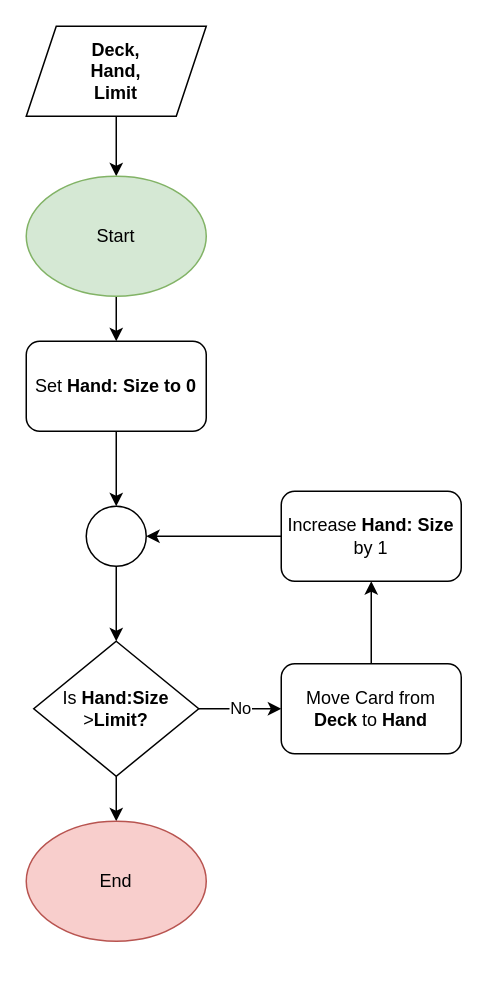
The draw.io diagram images/Card Dealing Subprocess.drawio in FlipFlopsy/FlopsTEPrework, before the edit. Source tidied: cells renumbered, new cells numbered last; positions are measured from the earlier drawing's top-left corner, leaving out a move shared by most shapes. Both pictures are drawn from the tidied source at 150%, with x=0, y=0 at pixel (26, 26).
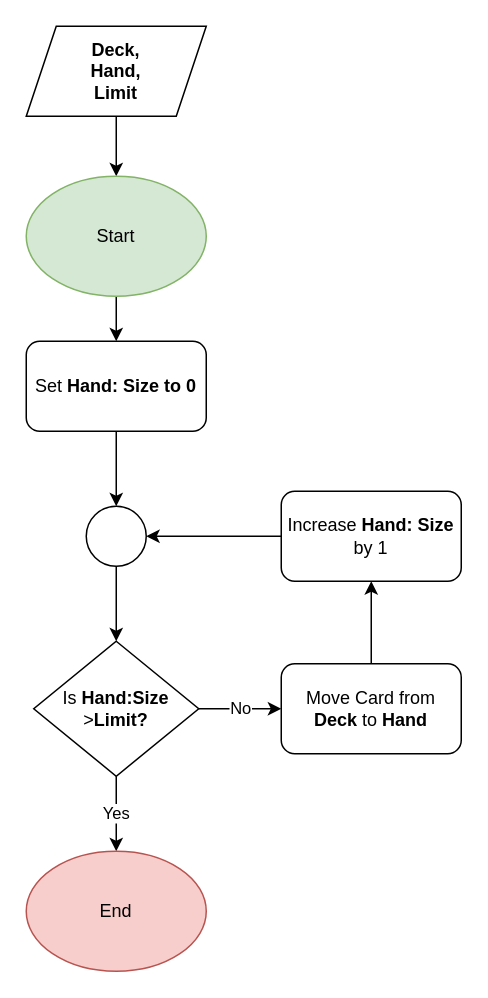
The same diagram, later.

Diff of the diagram source:
```diff
@@
 <mxGraphModel>
   <root>
     <mxCell id="0" />
     <mxCell id="1" parent="0" />
     <mxCell id="2" style="edgeStyle=orthogonalEdgeStyle;rounded=0;jettySize=auto;html=1;" parent="1" edge="1" source="3" target="5">
       <mxGeometry relative="1" as="geometry" />
     </mxCell>
     <mxCell id="3" value="&lt;b&gt;Deck,&lt;br&gt;Hand,&lt;br&gt;Limit&lt;/b&gt;" style="shape=parallelogram;perimeter=parallelogramPerimeter;whiteSpace=wrap;html=1;fixedSize=1;" parent="1" vertex="1">
       <mxGeometry width="120" height="60" as="geometry" />
     </mxCell>
     <mxCell id="4" style="edgeStyle=orthogonalEdgeStyle;rounded=0;jettySize=auto;html=1;" parent="1" edge="1" source="5" target="12">
       <mxGeometry relative="1" as="geometry" />
     </mxCell>
     <mxCell id="5" value="Start" style="ellipse;whiteSpace=wrap;html=1;fillColor=#d5e8d4;strokeColor=#82b366;" parent="1" vertex="1">
       <mxGeometry y="100" width="120" height="80" as="geometry" />
     </mxCell>
     <mxCell id="6" value="No" style="edgeStyle=orthogonalEdgeStyle;rounded=0;jettySize=auto;html=1;" parent="1" edge="1" source="8" target="10">
       <mxGeometry relative="1" as="geometry" />
     </mxCell>
-    <mxCell id="7" style="edgeStyle=orthogonalEdgeStyle;rounded=0;jettySize=auto;html=1;" parent="1" edge="1" source="8" target="17">
+    <mxCell id="7" value="Yes" style="edgeStyle=orthogonalEdgeStyle;rounded=0;jettySize=auto;html=1;" parent="1" edge="1" source="8" target="17">
       <mxGeometry relative="1" as="geometry" />
     </mxCell>
     <mxCell id="8" value="Is &lt;b&gt;Hand:Size&lt;br&gt;&lt;/b&gt;&amp;gt;&lt;b&gt;Limit?&lt;/b&gt;" style="rhombus;whiteSpace=wrap;html=1;" parent="1" vertex="1">
       <mxGeometry x="5" y="410" width="110" height="90" as="geometry" />
     </mxCell>
     <mxCell id="9" style="edgeStyle=orthogonalEdgeStyle;rounded=0;jettySize=auto;html=1;" parent="1" edge="1" source="10" target="14">
       <mxGeometry relative="1" as="geometry" />
     </mxCell>
     <mxCell id="10" value="Move Card from &lt;b&gt;Deck&lt;/b&gt;&amp;nbsp;to &lt;b&gt;Hand&lt;/b&gt;" style="rounded=1;whiteSpace=wrap;html=1;" parent="1" vertex="1">
       <mxGeometry x="170" y="425" width="120" height="60" as="geometry" />
     </mxCell>
     <mxCell id="11" style="edgeStyle=orthogonalEdgeStyle;rounded=0;jettySize=auto;html=1;" parent="1" edge="1" source="12" target="16">
       <mxGeometry relative="1" as="geometry" />
     </mxCell>
     <mxCell id="12" value="Set &lt;b&gt;Hand: Size to 0&lt;/b&gt;" style="rounded=1;whiteSpace=wrap;html=1;" parent="1" vertex="1">
       <mxGeometry y="210" width="120" height="60" as="geometry" />
     </mxCell>
     <mxCell id="13" style="edgeStyle=orthogonalEdgeStyle;rounded=0;jettySize=auto;html=1;" parent="1" edge="1" source="14" target="16">
       <mxGeometry relative="1" as="geometry" />
     </mxCell>
     <mxCell id="14" value="Increase &lt;b&gt;Hand: Size &lt;/b&gt;by 1" style="whiteSpace=wrap;html=1;rounded=1;" parent="1" vertex="1">
       <mxGeometry x="170" y="310" width="120" height="60" as="geometry" />
     </mxCell>
     <mxCell id="15" style="edgeStyle=orthogonalEdgeStyle;rounded=0;jettySize=auto;html=1;" parent="1" edge="1" source="16" target="8">
       <mxGeometry relative="1" as="geometry" />
     </mxCell>
     <mxCell id="16" style="ellipse;whiteSpace=wrap;html=1;" parent="1" vertex="1">
       <mxGeometry x="40" y="320" width="40" height="40" as="geometry" />
     </mxCell>
     <mxCell id="17" value="End" style="ellipse;whiteSpace=wrap;html=1;fillColor=#f8cecc;strokeColor=#b85450;" parent="1" vertex="1">
-      <mxGeometry y="530" width="120" height="80" as="geometry" />
+      <mxGeometry y="550" width="120" height="80" as="geometry" />
     </mxCell>
   </root>
 </mxGraphModel>
```
